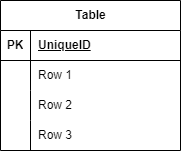
PalashHere/SQL-Data-analysis-and-Modelling keeps this draw.io diagram as Instagram Data model.drawio.png. Above is the earlier version. Source tidied: cells renumbered, new cells last; positions are measured from the earlier drawing's top-left corner, leaving out a move shared by most shapes.
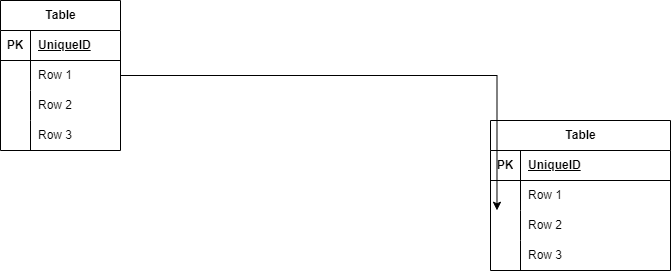
The same diagram one commit later.

The edit, as a diff of the source:
```diff
@@ -3,43 +3,85 @@
     <mxCell id="0" />
     <mxCell id="1" parent="0" />
     <mxCell id="2" value="Table" style="shape=table;startSize=30;rowLines=0;fontStyle=1;align=center;html=1;" parent="1" vertex="1">
-      <mxGeometry width="180" height="150" as="geometry" />
+      <mxGeometry width="120" height="150" as="geometry" />
     </mxCell>
     <mxCell id="3" style="shape=tableRow;horizontal=0;startSize=0;swimlaneHead=0;swimlaneBody=0;fillColor=none;top=0;left=0;right=0;bottom=1;" parent="2" vertex="1">
-      <mxGeometry y="30" width="180" height="30" as="geometry" />
+      <mxGeometry y="30" width="120" height="30" as="geometry" />
     </mxCell>
     <mxCell id="4" value="PK" style="shape=partialRectangle;fillColor=none;top=0;left=0;bottom=0;right=0;fontStyle=1;overflow=hidden;whiteSpace=wrap;html=1;" parent="3" vertex="1">
       <mxGeometry width="30" height="30" as="geometry" />
     </mxCell>
     <mxCell id="5" value="UniqueID" style="shape=partialRectangle;fillColor=none;top=0;left=0;bottom=0;right=0;align=left;spacingLeft=6;fontStyle=5;overflow=hidden;whiteSpace=wrap;html=1;" parent="3" vertex="1">
-      <mxGeometry x="30" width="150" height="30" as="geometry" />
+      <mxGeometry x="30" width="90" height="30" as="geometry" />
     </mxCell>
     <mxCell id="6" style="shape=tableRow;horizontal=0;startSize=0;swimlaneHead=0;swimlaneBody=0;fillColor=none;points=[[0,0.5],[1,0.5]];portConstraint=eastwest;top=0;left=0;right=0;bottom=0;" parent="2" vertex="1">
-      <mxGeometry y="60" width="180" height="30" as="geometry" />
+      <mxGeometry y="60" width="120" height="30" as="geometry" />
     </mxCell>
     <mxCell id="7" style="shape=partialRectangle;fillColor=none;top=0;left=0;bottom=0;right=0;overflow=hidden;whiteSpace=wrap;html=1;" parent="6" vertex="1">
       <mxGeometry width="30" height="30" as="geometry" />
     </mxCell>
     <mxCell id="8" value="Row 1" style="shape=partialRectangle;fillColor=none;top=0;left=0;bottom=0;right=0;align=left;spacingLeft=6;overflow=hidden;whiteSpace=wrap;html=1;" parent="6" vertex="1">
-      <mxGeometry x="30" width="150" height="30" as="geometry" />
+      <mxGeometry x="30" width="90" height="30" as="geometry" />
     </mxCell>
     <mxCell id="9" style="shape=tableRow;horizontal=0;startSize=0;swimlaneHead=0;swimlaneBody=0;fillColor=none;top=0;left=0;right=0;bottom=0;" parent="2" vertex="1">
-      <mxGeometry y="90" width="180" height="30" as="geometry" />
+      <mxGeometry y="90" width="120" height="30" as="geometry" />
     </mxCell>
     <mxCell id="10" style="shape=partialRectangle;fillColor=none;top=0;left=0;bottom=0;right=0;overflow=hidden;whiteSpace=wrap;html=1;" parent="9" vertex="1">
       <mxGeometry width="30" height="30" as="geometry" />
     </mxCell>
     <mxCell id="11" value="Row 2" style="shape=partialRectangle;fillColor=none;top=0;left=0;bottom=0;right=0;align=left;spacingLeft=6;overflow=hidden;whiteSpace=wrap;html=1;" parent="9" vertex="1">
-      <mxGeometry x="30" width="150" height="30" as="geometry" />
+      <mxGeometry x="30" width="90" height="30" as="geometry" />
     </mxCell>
     <mxCell id="12" style="shape=tableRow;horizontal=0;startSize=0;swimlaneHead=0;swimlaneBody=0;fillColor=none;top=0;left=0;right=0;bottom=0;" parent="2" vertex="1">
-      <mxGeometry y="120" width="180" height="30" as="geometry" />
+      <mxGeometry y="120" width="120" height="30" as="geometry" />
     </mxCell>
     <mxCell id="13" style="shape=partialRectangle;fillColor=none;top=0;left=0;bottom=0;right=0;overflow=hidden;whiteSpace=wrap;html=1;" parent="12" vertex="1">
       <mxGeometry width="30" height="30" as="geometry" />
     </mxCell>
     <mxCell id="14" value="Row 3" style="shape=partialRectangle;fillColor=none;top=0;left=0;bottom=0;right=0;align=left;spacingLeft=6;overflow=hidden;whiteSpace=wrap;html=1;" parent="12" vertex="1">
-      <mxGeometry x="30" width="150" height="30" as="geometry" />
+      <mxGeometry x="30" width="90" height="30" as="geometry" />
     </mxCell>
+    <mxCell id="15" value="Table" style="shape=table;startSize=30;rowLines=0;fontStyle=1;align=center;html=1;" parent="1" vertex="1">
+      <mxGeometry x="490" y="120" width="180" height="150" as="geometry" />
+    </mxCell>
+    <mxCell id="16" style="shape=tableRow;horizontal=0;startSize=0;swimlaneHead=0;swimlaneBody=0;fillColor=none;top=0;left=0;right=0;bottom=1;" parent="15" vertex="1">
+      <mxGeometry y="30" width="180" height="30" as="geometry" />
+    </mxCell>
+    <mxCell id="17" value="PK" style="shape=partialRectangle;fillColor=none;top=0;left=0;bottom=0;right=0;fontStyle=1;overflow=hidden;whiteSpace=wrap;html=1;" parent="16" vertex="1">
+      <mxGeometry width="30" height="30" as="geometry" />
+    </mxCell>
+    <mxCell id="18" value="UniqueID" style="shape=partialRectangle;fillColor=none;top=0;left=0;bottom=0;right=0;align=left;spacingLeft=6;fontStyle=5;overflow=hidden;whiteSpace=wrap;html=1;" parent="16" vertex="1">
+      <mxGeometry x="30" width="150" height="30" as="geometry" />
+    </mxCell>
+    <mxCell id="19" style="shape=tableRow;horizontal=0;startSize=0;swimlaneHead=0;swimlaneBody=0;fillColor=none;top=0;left=0;right=0;bottom=0;" parent="15" vertex="1">
+      <mxGeometry y="60" width="180" height="30" as="geometry" />
+    </mxCell>
+    <mxCell id="20" style="shape=partialRectangle;fillColor=none;top=0;left=0;bottom=0;right=0;overflow=hidden;whiteSpace=wrap;html=1;" parent="19" vertex="1">
+      <mxGeometry width="30" height="30" as="geometry" />
+    </mxCell>
+    <mxCell id="21" value="Row 1" style="shape=partialRectangle;fillColor=none;top=0;left=0;bottom=0;right=0;align=left;spacingLeft=6;overflow=hidden;whiteSpace=wrap;html=1;" parent="19" vertex="1">
+      <mxGeometry x="30" width="150" height="30" as="geometry" />
+    </mxCell>
+    <mxCell id="22" style="shape=tableRow;horizontal=0;startSize=0;swimlaneHead=0;swimlaneBody=0;fillColor=none;points=[[0,0.5],[1,0.5]];portConstraint=eastwest;top=0;left=0;right=0;bottom=0;" parent="15" vertex="1">
+      <mxGeometry y="90" width="180" height="30" as="geometry" />
+    </mxCell>
+    <mxCell id="23" style="shape=partialRectangle;fillColor=none;top=0;left=0;bottom=0;right=0;overflow=hidden;whiteSpace=wrap;html=1;" parent="22" vertex="1">
+      <mxGeometry width="30" height="30" as="geometry" />
+    </mxCell>
+    <mxCell id="24" value="Row 2" style="shape=partialRectangle;fillColor=none;top=0;left=0;bottom=0;right=0;align=left;spacingLeft=6;overflow=hidden;whiteSpace=wrap;html=1;" parent="22" vertex="1">
+      <mxGeometry x="30" width="150" height="30" as="geometry" />
+    </mxCell>
+    <mxCell id="25" style="shape=tableRow;horizontal=0;startSize=0;swimlaneHead=0;swimlaneBody=0;fillColor=none;top=0;left=0;right=0;bottom=0;" parent="15" vertex="1">
+      <mxGeometry y="120" width="180" height="30" as="geometry" />
+    </mxCell>
+    <mxCell id="26" style="shape=partialRectangle;fillColor=none;top=0;left=0;bottom=0;right=0;overflow=hidden;whiteSpace=wrap;html=1;" parent="25" vertex="1">
+      <mxGeometry width="30" height="30" as="geometry" />
+    </mxCell>
+    <mxCell id="27" value="Row 3" style="shape=partialRectangle;fillColor=none;top=0;left=0;bottom=0;right=0;align=left;spacingLeft=6;overflow=hidden;whiteSpace=wrap;html=1;" parent="25" vertex="1">
+      <mxGeometry x="30" width="150" height="30" as="geometry" />
+    </mxCell>
+    <mxCell id="28" style="edgeStyle=orthogonalEdgeStyle;rounded=0;jettySize=auto;html=1;exitX=1;exitY=0.5;exitDx=0;exitDy=0;entryX=0.036;entryY=-0.007;entryDx=0;entryDy=0;entryPerimeter=0;" parent="1" edge="1" source="6" target="22">
+      <mxGeometry relative="1" as="geometry" />
+    </mxCell>
   </root>
 </mxGraphModel>
```
